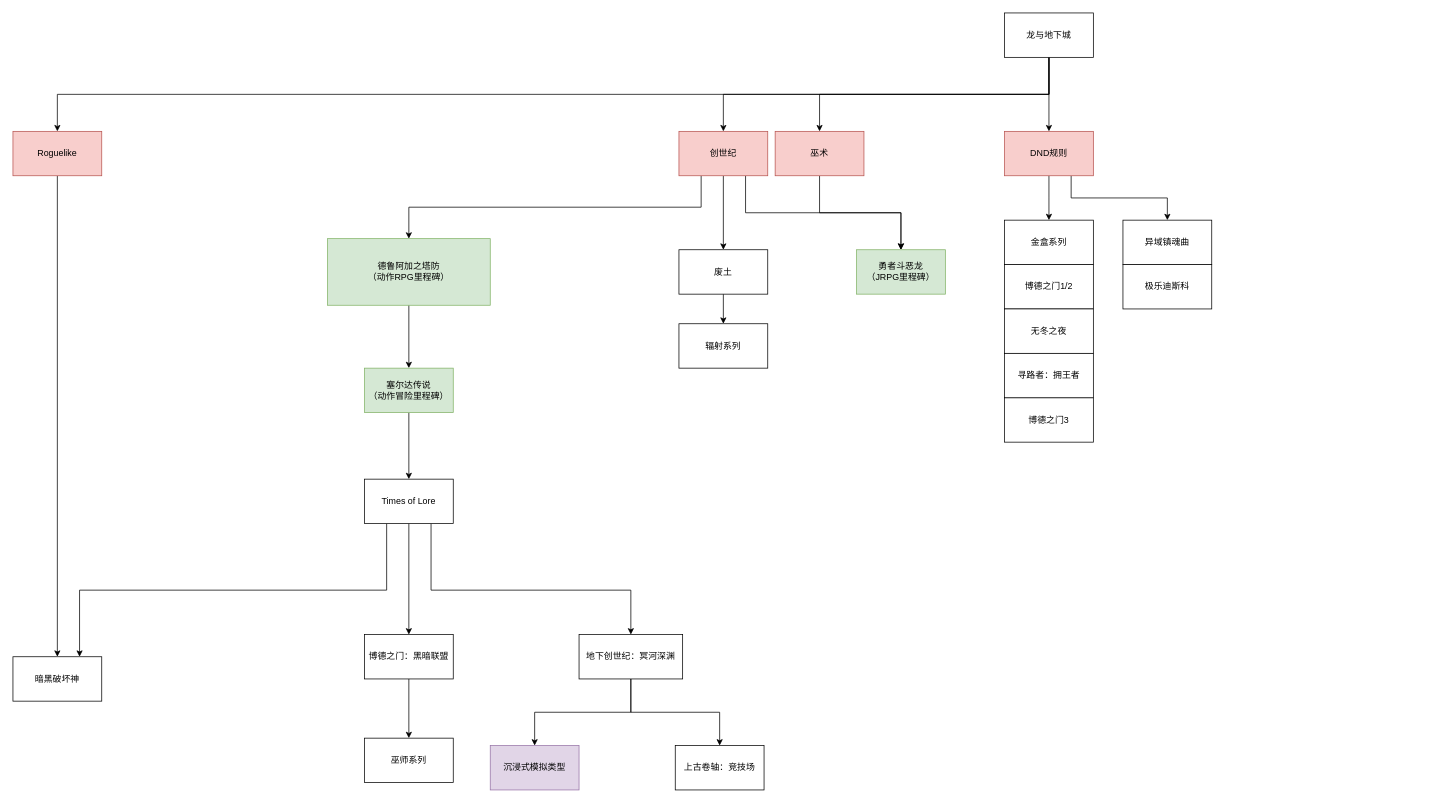
The draw.io diagram RPGtree.drawio in sass00n1/StartFramework, before the edit. Source tidied: cells renumbered, new cells numbered last; positions are measured from the earlier drawing's top-left corner, leaving out a move shared by most shapes. Both pictures are drawn from the tidied source at 74%, with x=0, y=0 at pixel (13, 13).
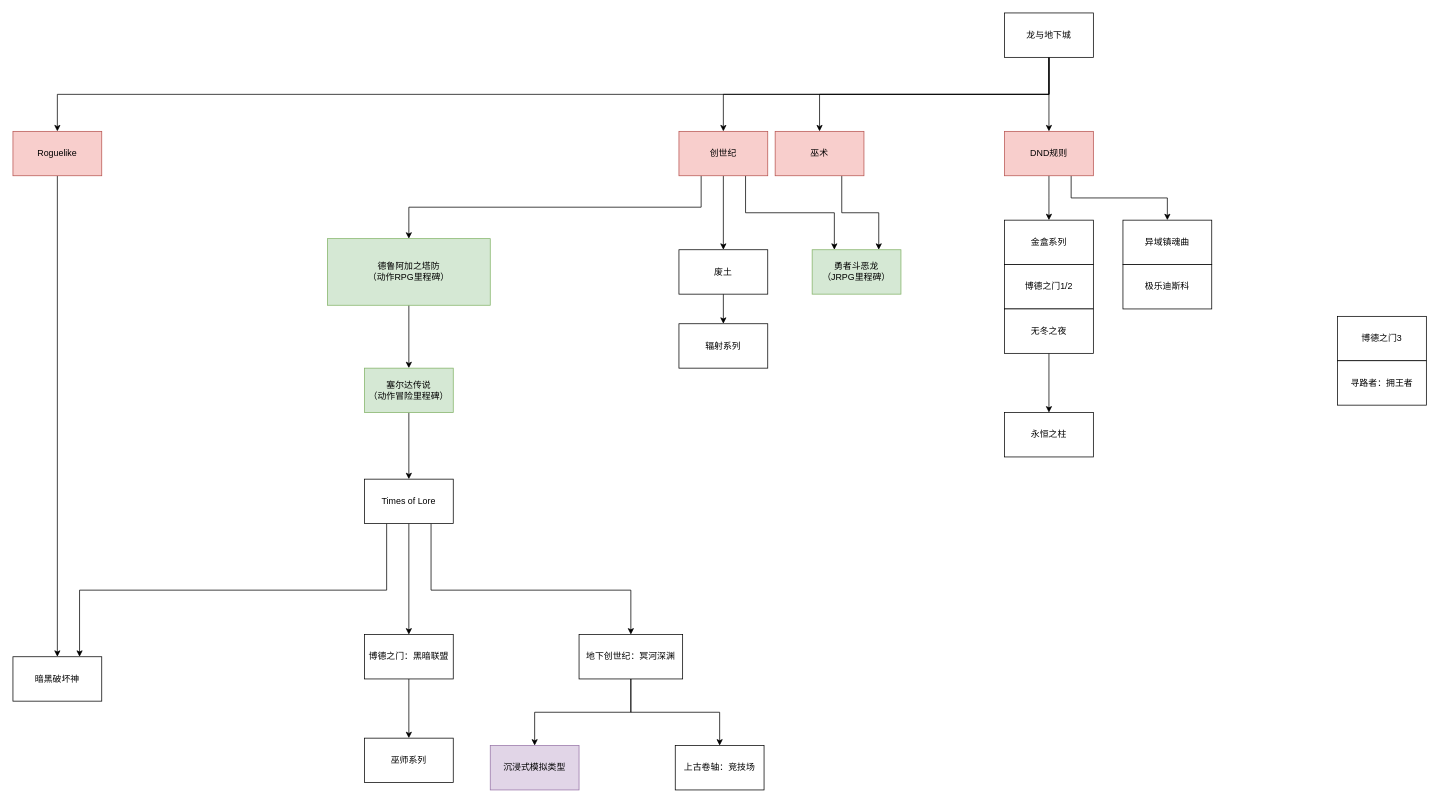
After the change.

The change refers to these unchanged cells:
```xml
<mxCell id="10" value="创世纪" style="rounded=0;whiteSpace=wrap;html=1;fillColor=#f8cecc;strokeColor=#b85450;" parent="1" vertex="1">
  <mxGeometry x="900" y="160" width="120" height="60" as="geometry" />
</mxCell>
<mxCell id="12" value="巫术" style="rounded=0;whiteSpace=wrap;html=1;fillColor=#f8cecc;strokeColor=#b85450;" parent="1" vertex="1">
  <mxGeometry x="1030" y="160" width="120" height="60" as="geometry" />
</mxCell>
<mxCell id="19" value="无冬之夜" style="rounded=0;whiteSpace=wrap;html=1;" parent="1" vertex="1">
  <mxGeometry x="1340" y="400" width="120" height="60" as="geometry" />
</mxCell>
```

What changed in the source:
```diff
@@
-    <mxCell id="7" style="edgeStyle=orthogonalEdgeStyle;rounded=0;jettySize=auto;html=1;exitX=0.75;exitY=1;exitDx=0;exitDy=0;entryX=0.5;entryY=0;entryDx=0;entryDy=0;" parent="1" edge="1" source="10" target="13">
+    <mxCell id="7" style="edgeStyle=orthogonalEdgeStyle;rounded=0;jettySize=auto;html=1;exitX=0.75;exitY=1;exitDx=0;exitDy=0;entryX=0.25;entryY=0;entryDx=0;entryDy=0;" parent="1" edge="1" source="10" target="13">
       <mxGeometry relative="1" as="geometry" />
     </mxCell>
@@
-    <mxCell id="11" style="edgeStyle=orthogonalEdgeStyle;rounded=0;jettySize=auto;html=1;entryX=0.5;entryY=0;entryDx=0;entryDy=0;" parent="1" edge="1" source="12" target="13">
+    <mxCell id="11" style="edgeStyle=orthogonalEdgeStyle;rounded=0;jettySize=auto;html=1;exitX=0.75;exitY=1;exitDx=0;exitDy=0;entryX=0.75;entryY=0;entryDx=0;entryDy=0;" parent="1" edge="1" source="12" target="13">
       <mxGeometry relative="1" as="geometry" />
     </mxCell>
@@
     <mxCell id="13" value="&lt;div&gt;勇者斗恶龙&lt;/div&gt;&lt;div&gt;（JRPG里程碑）&lt;br&gt;&lt;/div&gt;" style="rounded=0;whiteSpace=wrap;html=1;fillColor=#d5e8d4;strokeColor=#82b366;" parent="1" vertex="1">
-      <mxGeometry x="1140" y="320" width="120" height="60" as="geometry" />
+      <mxGeometry x="1080" y="320" width="120" height="60" as="geometry" />
     </mxCell>
@@
+    <mxCell id="46" style="edgeStyle=orthogonalEdgeStyle;rounded=0;jettySize=auto;html=1;exitX=0.5;exitY=1;exitDx=0;exitDy=0;entryX=0.5;entryY=0;entryDx=0;entryDy=0;" parent="1" edge="1" source="19" target="47">
+      <mxGeometry relative="1" as="geometry" />
+    </mxCell>
@@
     <mxCell id="20" value="博德之门3" style="rounded=0;whiteSpace=wrap;html=1;" parent="1" vertex="1">
-      <mxGeometry x="1340" y="520" width="120" height="60" as="geometry" />
+      <mxGeometry x="1790" y="410" width="120" height="60" as="geometry" />
     </mxCell>
@@
     <mxCell id="45" value="寻路者：拥王者" style="rounded=0;whiteSpace=wrap;html=1;" parent="1" vertex="1">
-      <mxGeometry x="1340" y="460" width="120" height="60" as="geometry" />
+      <mxGeometry x="1790" y="470" width="120" height="60" as="geometry" />
     </mxCell>
+    <mxCell id="47" value="永恒之柱" style="rounded=0;whiteSpace=wrap;html=1;" parent="1" vertex="1">
+      <mxGeometry x="1340" y="540" width="120" height="60" as="geometry" />
+    </mxCell>
```
